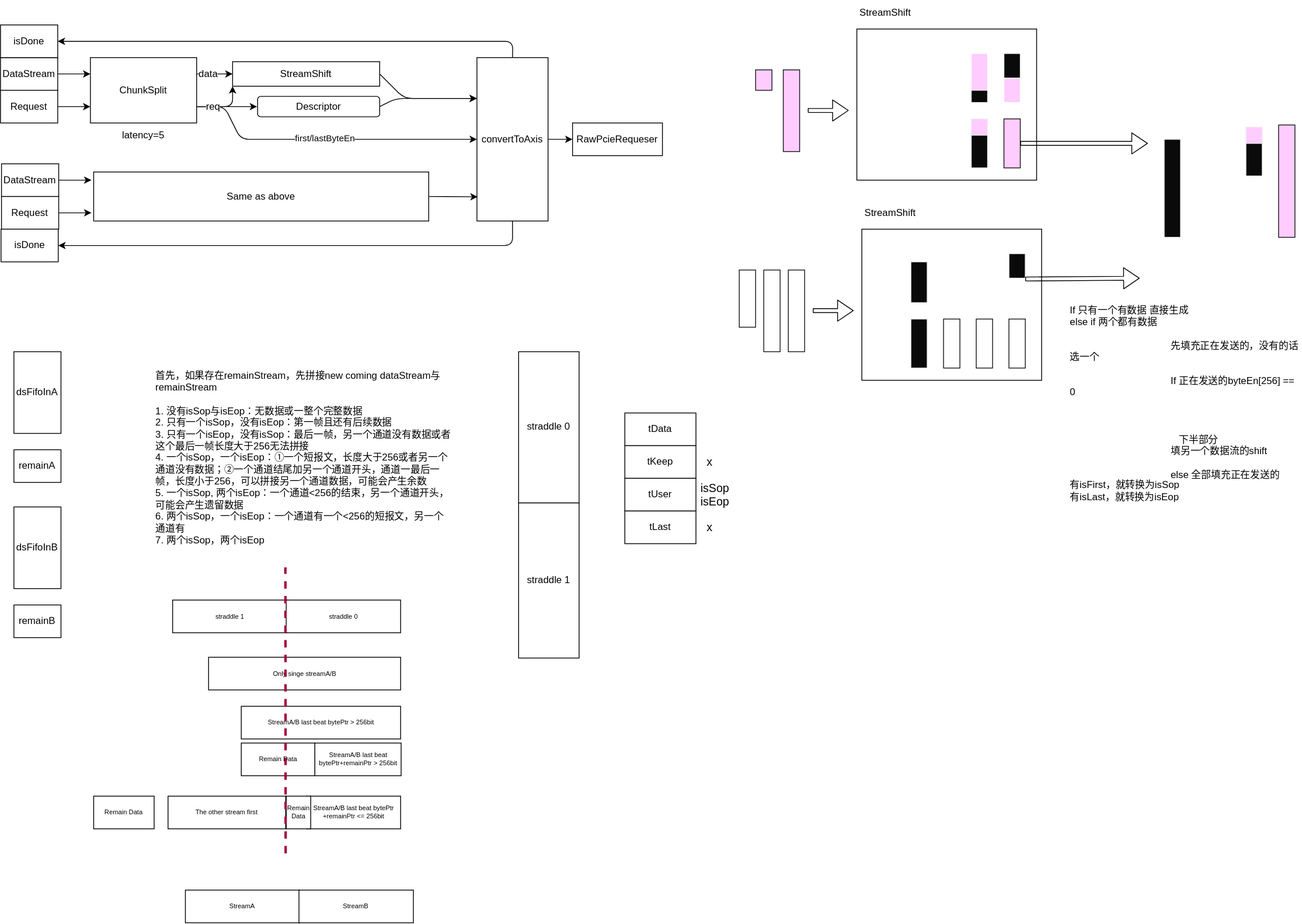
Before: img/requester.drawio.svg, a diagram exported from draw.io (datenlord/blue-dmac). Source tidied: cells renumbered, new cells last; positions are measured from the earlier drawing's top-left corner, leaving out a move shared by most shapes.
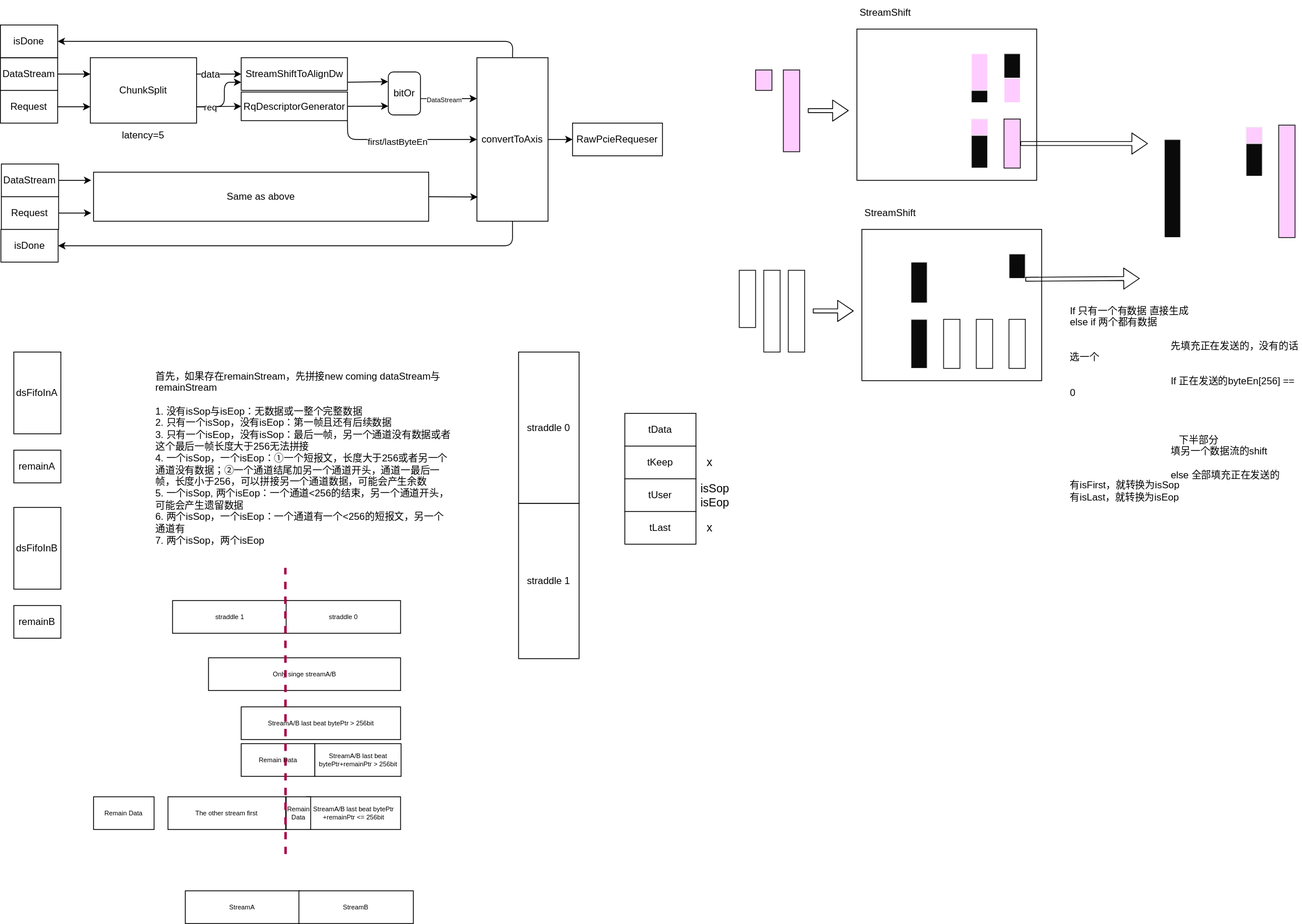
Above is the later version.

Diff of the diagram source:
```diff
@@ -2,25 +2,9 @@
   <root>
     <mxCell id="0" />
     <mxCell id="1" parent="0" />
-    <mxCell id="2" style="edgeStyle=none;html=1;exitX=1;exitY=0.75;exitDx=0;exitDy=0;entryX=0;entryY=0.5;entryDx=0;entryDy=0;" parent="1" edge="1" source="18" target="12">
-      <mxGeometry relative="1" as="geometry">
-        <Array as="points">
-          <mxPoint x="274" y="130" />
-          <mxPoint x="294" y="170" />
-        </Array>
-      </mxGeometry>
-    </mxCell>
-    <mxCell id="3" value="first/lastByteEn" style="edgeLabel;html=1;align=center;verticalAlign=middle;" parent="2" vertex="1">
-      <mxGeometry x="-0.01" y="1" relative="1" as="geometry" />
-    </mxCell>
-    <mxCell id="4" style="edgeStyle=none;html=1;exitX=1;exitY=0.75;exitDx=0;exitDy=0;entryX=0;entryY=1;entryDx=0;entryDy=0;" parent="1" edge="1" source="18" target="96">
-      <mxGeometry relative="1" as="geometry">
-        <Array as="points">
-          <mxPoint x="244" y="130" />
-          <mxPoint x="284" y="130" />
-        </Array>
-      </mxGeometry>
-    </mxCell>
+    <mxCell id="99" style="edgeStyle=none;html=1;exitX=1;exitY=0.75;exitDx=0;exitDy=0;entryX=0;entryY=0.5;entryDx=0;entryDy=0;" parent="1" edge="1" source="18" target="105">
+      <mxGeometry relative="1" as="geometry" />
+    </mxCell>
     <mxCell id="5" style="edgeStyle=none;html=1;exitX=1;exitY=0.5;exitDx=0;exitDy=0;entryX=0;entryY=0.25;entryDx=0;entryDy=0;fontSize=10;" parent="1" edge="1" source="6" target="18">
       <mxGeometry relative="1" as="geometry" />
     </mxCell>
@@ -56,27 +40,27 @@
     <mxCell id="13" value="RawPcieRequeser" style="rounded=0;whiteSpace=wrap;html=1;" parent="1" vertex="1">
       <mxGeometry x="700" y="150" width="110" height="40" as="geometry" />
     </mxCell>
-    <mxCell id="14" style="edgeStyle=none;html=1;exitX=1;exitY=0.75;exitDx=0;exitDy=0;strokeWidth=1;fontSize=12;" parent="1" edge="1" source="18">
-      <mxGeometry relative="1" as="geometry">
-        <mxPoint x="314" y="130" as="targetPoint" />
-        <Array as="points">
-          <mxPoint x="284" y="130" />
-        </Array>
-      </mxGeometry>
-    </mxCell>
-    <mxCell id="15" value="req" style="edgeLabel;html=1;align=center;verticalAlign=middle;fontSize=12;" parent="14" vertex="1">
-      <mxGeometry x="-0.47" relative="1" as="geometry" />
-    </mxCell>
-    <mxCell id="16" style="edgeStyle=none;html=1;exitX=1;exitY=0.25;exitDx=0;exitDy=0;entryX=0;entryY=0.5;entryDx=0;entryDy=0;strokeWidth=1;fontSize=12;" parent="1" edge="1" source="18">
-      <mxGeometry relative="1" as="geometry">
-        <mxPoint x="284" y="90" as="targetPoint" />
-      </mxGeometry>
+    <mxCell id="16" style="edgeStyle=none;html=1;exitX=1;exitY=0.25;exitDx=0;exitDy=0;strokeWidth=1;fontSize=12;entryX=0;entryY=0.5;entryDx=0;entryDy=0;" parent="1" edge="1" source="18" target="101">
+      <mxGeometry relative="1" as="geometry" />
     </mxCell>
     <mxCell id="17" value="data" style="edgeLabel;html=1;align=center;verticalAlign=middle;fontSize=12;" parent="16" vertex="1">
       <mxGeometry x="-0.52" relative="1" as="geometry">
         <mxPoint x="3" as="offset" />
       </mxGeometry>
     </mxCell>
+    <mxCell id="3" style="edgeStyle=none;html=1;exitX=1;exitY=0.75;exitDx=0;exitDy=0;entryX=0;entryY=0.75;entryDx=0;entryDy=0;" parent="1" edge="1" source="18" target="101">
+      <mxGeometry relative="1" as="geometry">
+        <Array as="points">
+          <mxPoint x="274" y="130" />
+          <mxPoint x="274" y="100" />
+        </Array>
+      </mxGeometry>
+    </mxCell>
+    <mxCell id="15" value="req" style="edgeLabel;html=1;align=center;verticalAlign=middle;" parent="3" vertex="1">
+      <mxGeometry x="-0.58" y="-1" relative="1" as="geometry">
+        <mxPoint x="-1" y="-1" as="offset" />
+      </mxGeometry>
+    </mxCell>
     <mxCell id="18" value="ChunkSplit" style="rounded=0;whiteSpace=wrap;html=1;" parent="1" vertex="1">
       <mxGeometry x="110" y="70" width="130" height="80" as="geometry" />
     </mxCell>
@@ -326,25 +310,36 @@
     <mxCell id="94" value="有isFirst，就转换为isSop&lt;br&gt;有isLast，就转换为isEop" style="text;html=1;strokeColor=none;fillColor=none;align=left;verticalAlign=middle;whiteSpace=wrap;rounded=0;glass=0;sketch=0;fillStyle=auto;strokeWidth=1;fontSize=12;" parent="1" vertex="1">
       <mxGeometry x="1306.5" y="545" width="210" height="110" as="geometry" />
     </mxCell>
-    <mxCell id="95" style="edgeStyle=none;html=1;exitX=1;exitY=0.5;exitDx=0;exitDy=0;entryX=0;entryY=0.25;entryDx=0;entryDy=0;" parent="1" edge="1" source="96" target="12">
-      <mxGeometry relative="1" as="geometry">
-        <Array as="points">
-          <mxPoint x="494" y="120" />
-        </Array>
-      </mxGeometry>
-    </mxCell>
-    <mxCell id="96" value="StreamShift" style="rounded=0;whiteSpace=wrap;html=1;" parent="1" vertex="1">
-      <mxGeometry x="284" y="75" width="180" height="30" as="geometry" />
-    </mxCell>
-    <mxCell id="97" style="edgeStyle=none;html=1;exitX=1;exitY=0.5;exitDx=0;exitDy=0;entryX=0;entryY=0.25;entryDx=0;entryDy=0;" parent="1" edge="1" source="98" target="12">
-      <mxGeometry relative="1" as="geometry">
-        <Array as="points">
-          <mxPoint x="484" y="120" />
-        </Array>
-      </mxGeometry>
-    </mxCell>
-    <mxCell id="98" value="Descriptor" style="rounded=1;whiteSpace=wrap;html=1;" parent="1" vertex="1">
-      <mxGeometry x="314.6" y="117.5" width="149.4" height="25" as="geometry" />
-    </mxCell>
+    <mxCell id="100" style="edgeStyle=none;html=1;exitX=1;exitY=0.75;exitDx=0;exitDy=0;entryX=-0.008;entryY=0.226;entryDx=0;entryDy=0;entryPerimeter=0;" parent="1" edge="1" source="101" target="108">
+      <mxGeometry relative="1" as="geometry" />
+    </mxCell>
+    <mxCell id="101" value="StreamShiftToAlignDw" style="rounded=0;whiteSpace=wrap;html=1;" parent="1" vertex="1">
+      <mxGeometry x="294.6" y="70" width="130" height="40" as="geometry" />
+    </mxCell>
+    <mxCell id="102" style="edgeStyle=none;html=1;exitX=1;exitY=0.5;exitDx=0;exitDy=0;entryX=0.002;entryY=0.795;entryDx=0;entryDy=0;entryPerimeter=0;" parent="1" edge="1" source="105" target="108">
+      <mxGeometry relative="1" as="geometry" />
+    </mxCell>
+    <mxCell id="103" style="edgeStyle=none;html=1;exitX=1;exitY=1;exitDx=0;exitDy=0;entryX=0;entryY=0.5;entryDx=0;entryDy=0;" parent="1" edge="1" source="105" target="12">
+      <mxGeometry relative="1" as="geometry">
+        <Array as="points">
+          <mxPoint x="425" y="170" />
+        </Array>
+      </mxGeometry>
+    </mxCell>
+    <mxCell id="104" value="first/lastByteEn" style="edgeLabel;html=1;align=center;verticalAlign=middle;" parent="103" vertex="1">
+      <mxGeometry x="-0.09" y="-2" relative="1" as="geometry" />
+    </mxCell>
+    <mxCell id="105" value="RqDescriptorGenerator" style="rounded=0;whiteSpace=wrap;html=1;" parent="1" vertex="1">
+      <mxGeometry x="294.6" y="112" width="130" height="35" as="geometry" />
+    </mxCell>
+    <mxCell id="106" style="edgeStyle=none;html=1;exitX=1;exitY=0.62;exitDx=0;exitDy=0;entryX=0;entryY=0.25;entryDx=0;entryDy=0;exitPerimeter=0;" parent="1" edge="1" source="108" target="12">
+      <mxGeometry relative="1" as="geometry" />
+    </mxCell>
+    <mxCell id="107" value="&lt;font style=&quot;font-size: 8px;&quot;&gt;DataStream&lt;/font&gt;" style="edgeLabel;html=1;align=center;verticalAlign=middle;" parent="106" vertex="1">
+      <mxGeometry x="-0.15" relative="1" as="geometry" />
+    </mxCell>
+    <mxCell id="108" value="bitOr" style="rounded=1;whiteSpace=wrap;html=1;" parent="1" vertex="1">
+      <mxGeometry x="474.6" y="87.5" width="39.4" height="52.5" as="geometry" />
+    </mxCell>
   </root>
 </mxGraphModel>
```
